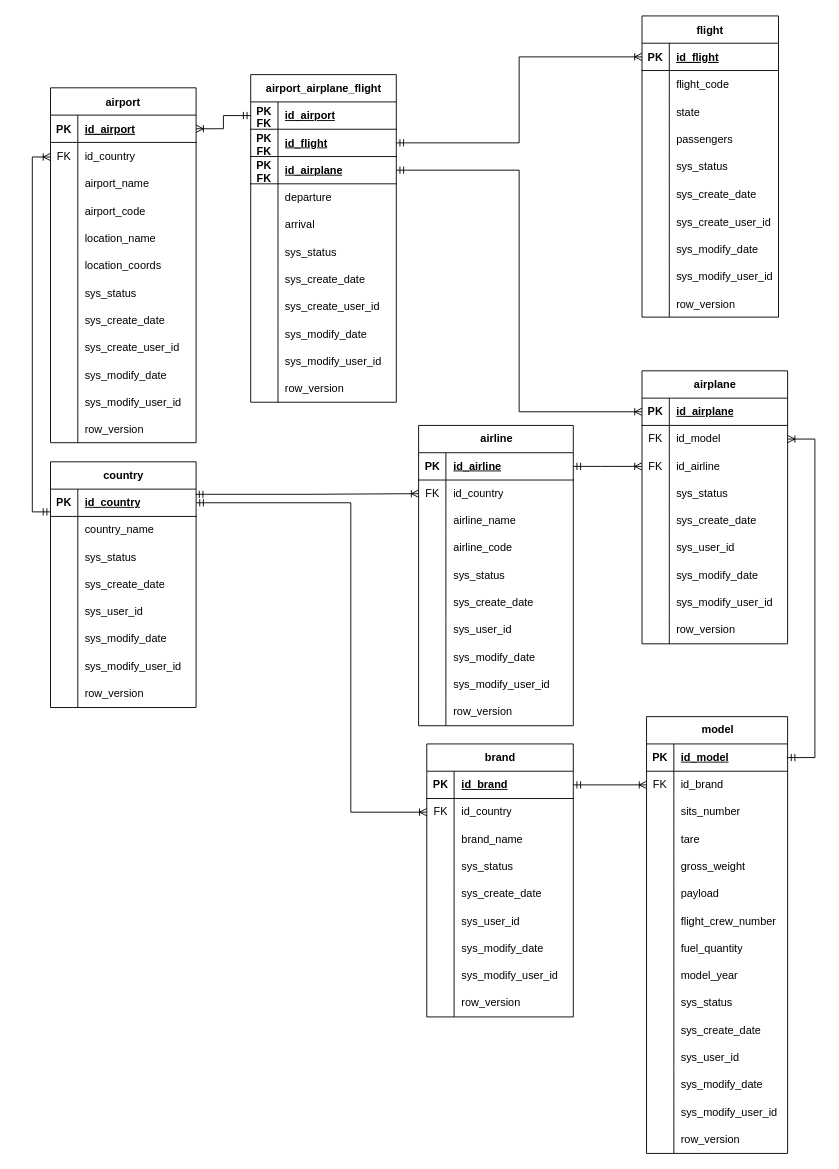
Before: DiagramaER_FlightRadar Simplified.drawio in DanielDuarte-Developer/ProjetoBDFlightRadar, a draw.io diagram. Source tidied: cells renumbered, new cells numbered last; positions are measured from the earlier drawing's top-left corner, leaving out a move shared by most shapes. Both pictures are drawn from the tidied source at 91%, with x=0, y=0 at pixel (32, 15).
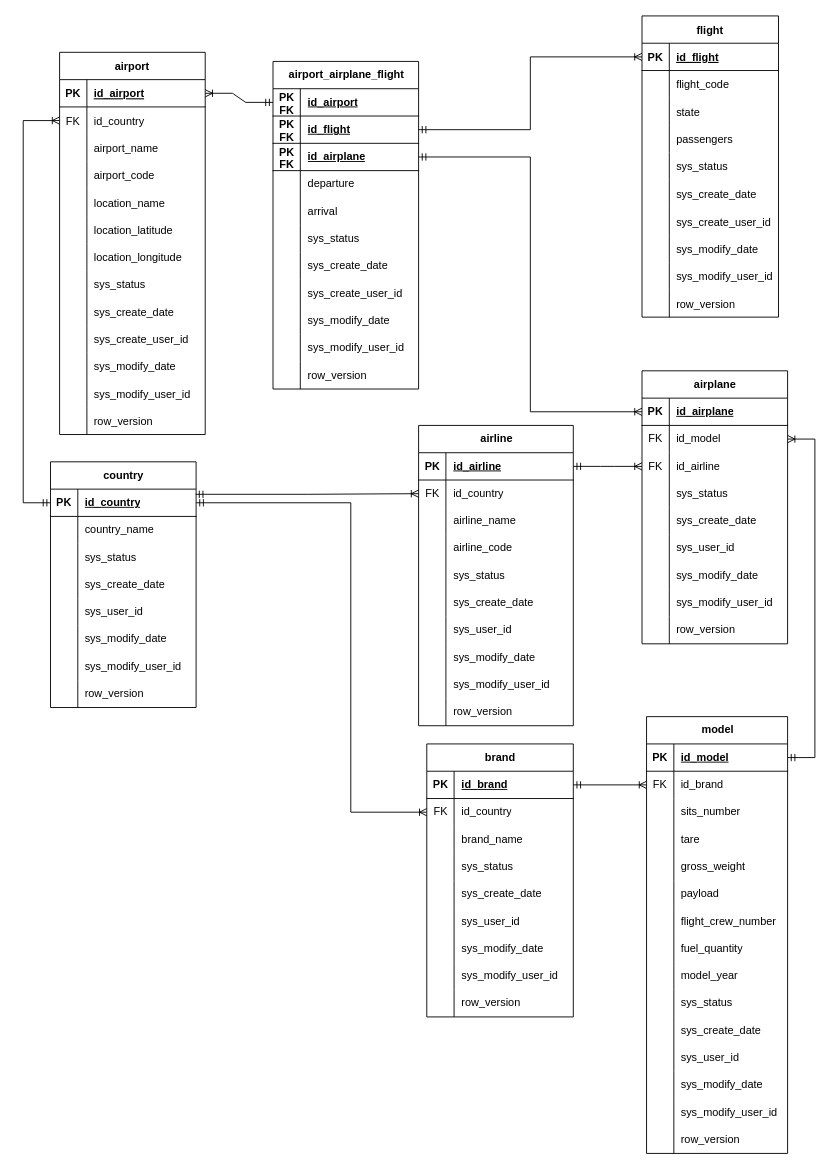
The same diagram, later.

The change refers to these unchanged cells:
```xml
<mxCell id="37" style="shape=partialRectangle;fillColor=none;points=[[0,0.5],[1,0.5]];portConstraint=eastwest;top=0;left=0;right=0;bottom=0;" parent="33" vertex="1">
  <mxGeometry y="60" width="160" height="30" as="geometry" />
</mxCell>
<mxCell id="49" style="shape=partialRectangle;fillColor=none;top=0;left=0;right=0;bottom=0;" parent="33" vertex="1">
  <mxGeometry y="180" width="160" height="30" as="geometry" />
</mxCell>
<mxCell id="130" style="shape=tableRow;horizontal=0;startSize=0;swimlaneHead=0;swimlaneBody=0;fillColor=none;points=[[0,0.5],[1,0.5]];portConstraint=eastwest;top=0;left=0;right=0;bottom=1;" parent="129" vertex="1">
  <mxGeometry y="30" width="160" height="30" as="geometry" />
</mxCell>
```

What changed in the source:
```diff
@@
     <mxCell id="33" value="airport" style="shape=table;startSize=30;childLayout=tableLayout;rowLines=0;fontStyle=1;align=center;" parent="1" vertex="1">
-      <mxGeometry x="20" y="79" width="160" height="390" as="geometry" />
+      <mxGeometry x="30" y="40" width="160" height="420" as="geometry" />
     </mxCell>
@@
-    <mxCell id="51" value="location_coords" style="shape=partialRectangle;overflow=hidden;fillColor=none;top=0;left=0;bottom=0;right=0;align=left;spacingLeft=6;" parent="49" vertex="1">
+    <mxCell id="51" value="location_latitude" style="shape=partialRectangle;overflow=hidden;fillColor=none;top=0;left=0;bottom=0;right=0;align=left;spacingLeft=6;" parent="49" vertex="1">
       <mxGeometry x="30" width="130" height="30" as="geometry" />
     </mxCell>
+    <mxCell id="271" style="shape=partialRectangle;fillColor=none;top=0;left=0;right=0;bottom=0;" parent="33" vertex="1">
+      <mxGeometry y="210" width="160" height="30" as="geometry" />
+    </mxCell>
+    <mxCell id="272" style="shape=partialRectangle;overflow=hidden;fillColor=none;top=0;left=0;bottom=0;right=0;" parent="271" vertex="1">
+      <mxGeometry width="30" height="30" as="geometry" />
+    </mxCell>
+    <mxCell id="273" value="location_longitude" style="shape=partialRectangle;overflow=hidden;fillColor=none;top=0;left=0;bottom=0;right=0;align=left;spacingLeft=6;" parent="271" vertex="1">
+      <mxGeometry x="30" width="130" height="30" as="geometry" />
+    </mxCell>
     <mxCell id="52" style="shape=partialRectangle;fillColor=none;top=0;left=0;right=0;bottom=0;" parent="33" vertex="1">
-      <mxGeometry y="210" width="160" height="30" as="geometry" />
+      <mxGeometry y="240" width="160" height="30" as="geometry" />
     </mxCell>
@@
     <mxCell id="55" style="shape=partialRectangle;fillColor=none;top=0;left=0;right=0;bottom=0;" parent="33" vertex="1">
-      <mxGeometry y="240" width="160" height="30" as="geometry" />
+      <mxGeometry y="270" width="160" height="30" as="geometry" />
     </mxCell>
@@
     <mxCell id="58" style="shape=partialRectangle;fillColor=none;top=0;left=0;right=0;bottom=0;" parent="33" vertex="1">
-      <mxGeometry y="270" width="160" height="30" as="geometry" />
+      <mxGeometry y="300" width="160" height="30" as="geometry" />
     </mxCell>
@@
     <mxCell id="61" style="shape=partialRectangle;fillColor=none;top=0;left=0;right=0;bottom=0;" parent="33" vertex="1">
-      <mxGeometry y="300" width="160" height="30" as="geometry" />
+      <mxGeometry y="330" width="160" height="30" as="geometry" />
     </mxCell>
@@
     <mxCell id="64" style="shape=partialRectangle;fillColor=none;top=0;left=0;right=0;bottom=0;" parent="33" vertex="1">
-      <mxGeometry y="330" width="160" height="30" as="geometry" />
+      <mxGeometry y="360" width="160" height="30" as="geometry" />
     </mxCell>
@@
     <mxCell id="67" style="shape=partialRectangle;fillColor=none;top=0;left=0;right=0;bottom=0;" parent="33" vertex="1">
-      <mxGeometry y="360" width="160" height="30" as="geometry" />
+      <mxGeometry y="390" width="160" height="30" as="geometry" />
     </mxCell>
@@
     <mxCell id="228" value="airport_airplane_flight" style="shape=table;startSize=30;childLayout=tableLayout;rowLines=0;fontStyle=1;align=center;html=1;" parent="1" vertex="1">
-      <mxGeometry x="240" y="64.5" width="160" height="360" as="geometry" />
+      <mxGeometry x="264.5" y="50" width="160" height="360" as="geometry" />
     </mxCell>
@@
-    <mxCell id="270" style="fontSize=12;html=1;endArrow=ERoneToMany;startArrow=ERmandOne;rounded=0;edgeStyle=orthogonalEdgeStyle;" parent="1" edge="1" source="130" target="37">
+    <mxCell id="270" style="fontSize=12;html=1;endArrow=ERoneToMany;startArrow=ERmandOne;rounded=0;entryX=0;entryY=0.5;entryDx=0;entryDy=0;edgeStyle=orthogonalEdgeStyle;" parent="1" edge="1" source="130" target="37">
       <mxGeometry relative="1" as="geometry">
         <Array as="points">
-          <mxPoint y="545" />
-          <mxPoint y="155" />
+          <mxPoint x="-10" y="535" />
+          <mxPoint x="-10" y="115" />
         </Array>
       </mxGeometry>
     </mxCell>
```
